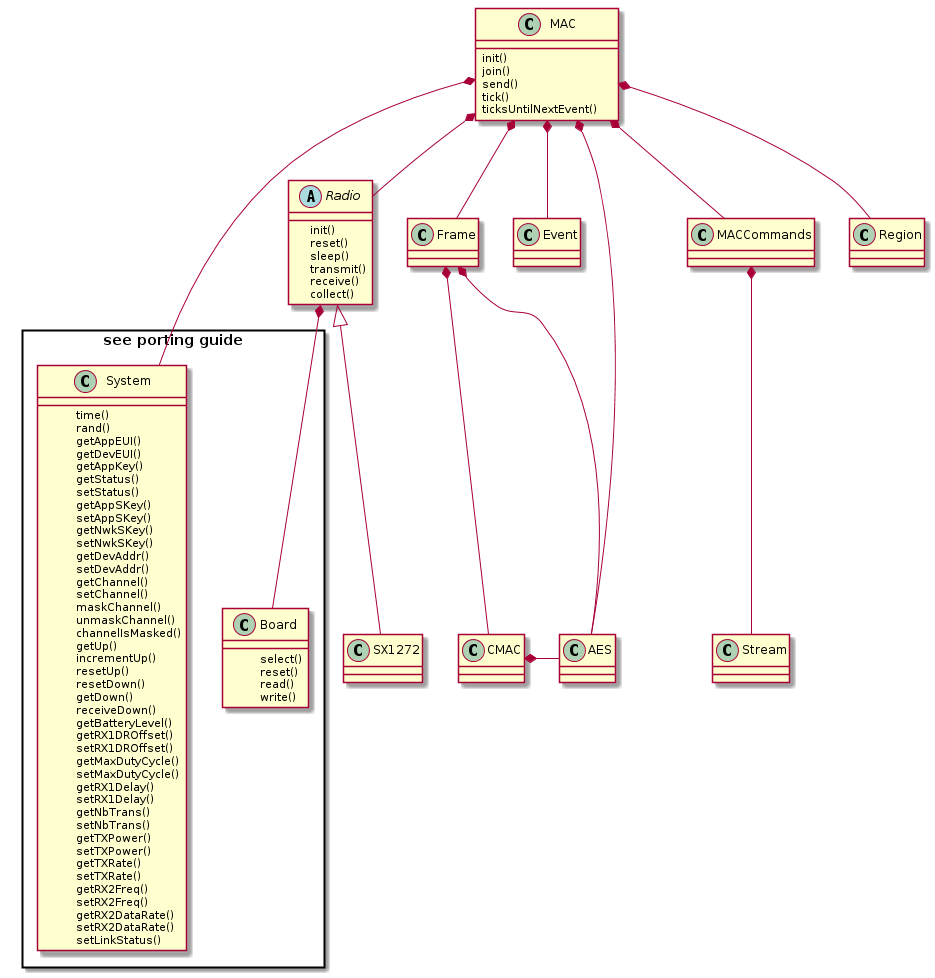
Above: doc/plantuml/modules.png in GOST-UA/lora_device_lib (PlantUML), before the change.
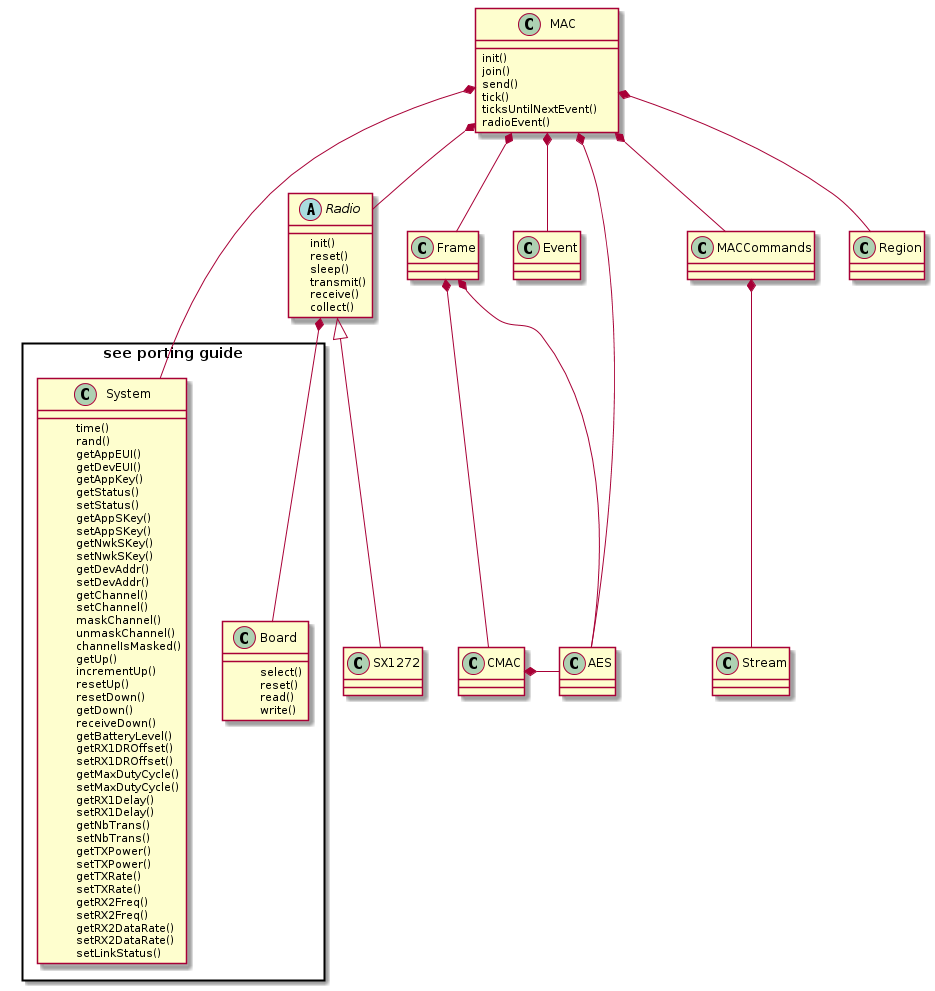
The same file after the commit.

Diff of the diagram source:
```diff
@@ -8,6 +8,8 @@
 
     tick()
     ticksUntilNextEvent()
+
+    radioEvent()
 }
 
 package "see porting guide" <<rectangle>> {
```
